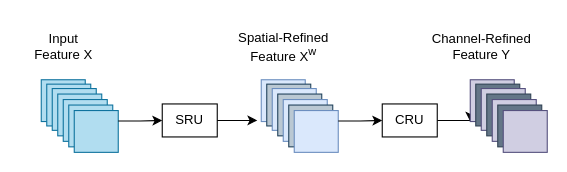
Earlier version of the draw.io diagram drawio/SCC2f.drawio (cvYouTian/Graph-of-Paper). Source tidied: cells renumbered, new cells numbered last; positions are measured from the earlier drawing's top-left corner, leaving out a move shared by most shapes. Both pictures are drawn from the tidied source at 110%, with x=0, y=0 at pixel (19, 19).
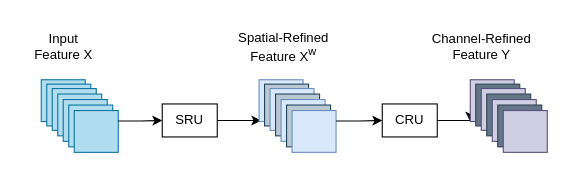
The same page after the edit.

Unchanged cells that the change refers to:
```xml
<mxCell id="2" value="SRU" style="rounded=0;whiteSpace=wrap;html=1;" parent="1" vertex="1">
  <mxGeometry x="130" y="77" width="50" height="30" as="geometry" />
</mxCell>
<mxCell id="6" style="rounded=0;whiteSpace=wrap;html=1;fillColor=#dae8fc;strokeColor=#6c8ebf;" parent="5" vertex="1">
  <mxGeometry width="40" height="38" as="geometry" />
</mxCell>
```

Diff of the diagram source:
```diff
@@
+    <mxCell id="35" style="edgeStyle=orthogonalEdgeStyle;rounded=0;jettySize=auto;html=1;exitX=1;exitY=0.5;exitDx=0;exitDy=0;" parent="1" edge="1" source="2">
+      <mxGeometry relative="1" as="geometry">
+        <mxPoint x="220" y="92.1" as="targetPoint" />
+      </mxGeometry>
+    </mxCell>
@@
-    <mxCell id="5" style="group;" parent="1" vertex="1">
-      <mxGeometry x="220" y="55" width="70" height="66" as="geometry" />
+    <mxCell id="5" style="group;rotation=0;" parent="1" vertex="1">
+      <mxGeometry x="218" y="55" width="70" height="66" as="geometry" />
     </mxCell>
@@
-    <mxCell id="31" style="edgeStyle=orthogonalEdgeStyle;rounded=0;jettySize=auto;html=1;exitX=1;exitY=0.5;exitDx=0;exitDy=0;entryX=-0.089;entryY=0.992;entryDx=0;entryDy=0;entryPerimeter=0;" parent="1" edge="1" source="2" target="6">
-      <mxGeometry relative="1" as="geometry" />
-    </mxCell>
```
